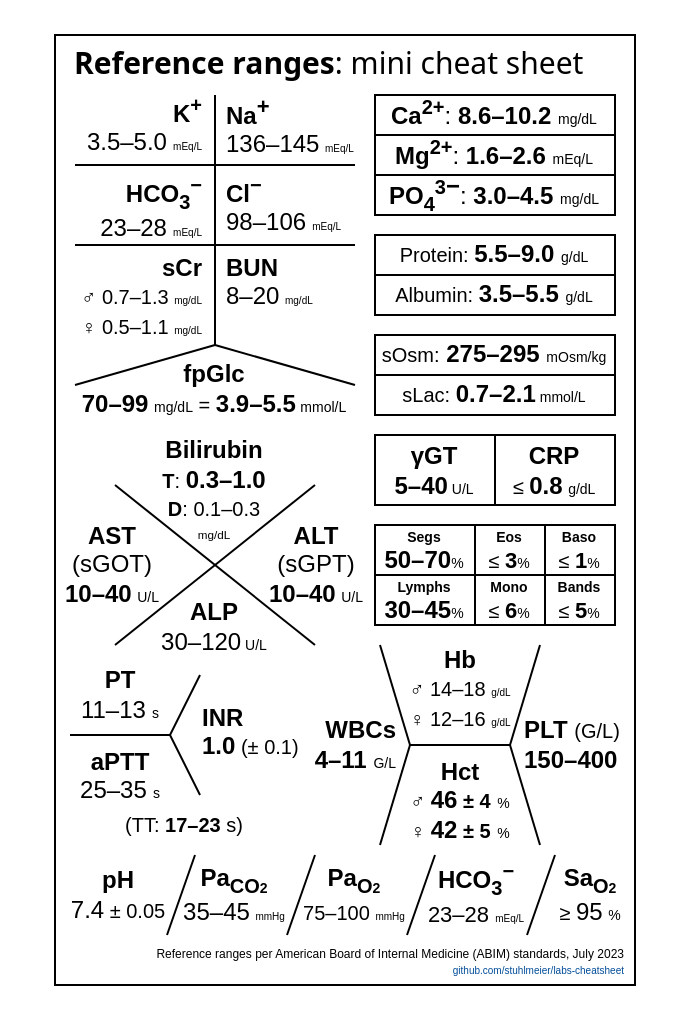
Earlier version of the draw.io diagram labs.drawio (svby/labs-cheatsheet). Source tidied: cells renumbered, new cells numbered last; positions are measured from the earlier drawing's top-left corner, leaving out a move shared by most shapes. Both pictures are drawn from the tidied source at 200%, with x=0, y=0 at pixel (34, 34).
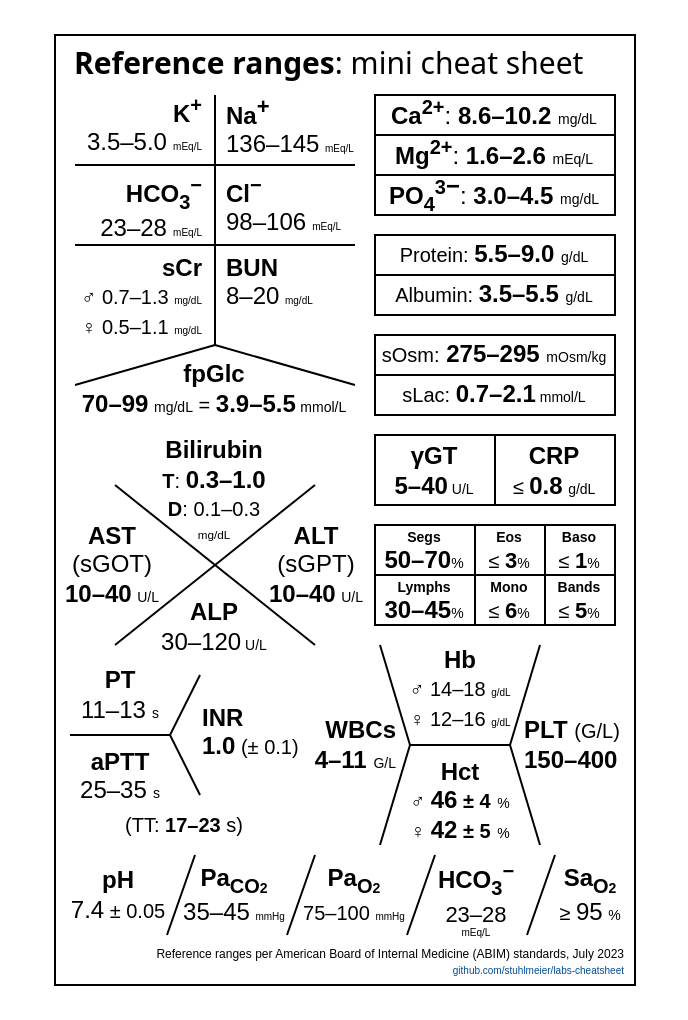
The same page after the edit.

Unchanged cells that the change refers to:
```xml
<mxCell id="50" style="group;" parent="1" vertex="1">
  <mxGeometry x="10" y="410" width="300" height="42" as="geometry" />
</mxCell>
```

Change to the diagram source:
```diff
@@
-    <mxCell id="53" value="&lt;b&gt;HCO&lt;sub&gt;3&lt;/sub&gt;&lt;/b&gt;&lt;b&gt;&lt;sup&gt;&lt;font style=&quot;font-size: 10px;&quot;&gt;−&lt;/font&gt;&lt;/sup&gt;&lt;/b&gt;&lt;br&gt;&lt;sup style=&quot;font-size: 11px;&quot;&gt;&lt;font style=&quot;font-size: 11px;&quot;&gt;23–28&lt;/font&gt;&amp;nbsp;&lt;/sup&gt;&lt;font style=&quot;vertical-align: super; font-size: 5px;&quot;&gt;mEq/L&lt;/font&gt;" style="text;html=1;strokeColor=none;fillColor=none;align=center;verticalAlign=middle;whiteSpace=wrap;rounded=0;spacingTop=0;spacingRight=0;spacing=2;rotation=0;spacingLeft=8;" parent="50" vertex="1">
+    <mxCell id="53" value="&lt;b&gt;HCO&lt;sub&gt;3&lt;/sub&gt;&lt;/b&gt;&lt;b&gt;&lt;sup&gt;&lt;font style=&quot;font-size: 10px;&quot;&gt;−&lt;/font&gt;&lt;/sup&gt;&lt;/b&gt;&lt;br&gt;&lt;sup style=&quot;font-size: 11px;&quot;&gt;&lt;font style=&quot;font-size: 11px;&quot;&gt;23–28&lt;/font&gt;&lt;/sup&gt;" style="text;html=1;strokeColor=none;fillColor=none;align=center;verticalAlign=middle;whiteSpace=wrap;rounded=0;spacingTop=0;spacingRight=0;spacing=2;rotation=0;spacingLeft=8;" parent="50" vertex="1">
       <mxGeometry x="177" y="2" width="60" height="40" as="geometry" />
     </mxCell>
@@
+    <mxCell id="73" value="&lt;p style=&quot;line-height: 100%; font-size: 5px;&quot;&gt;&lt;font style=&quot;font-size: 5px;&quot;&gt;mEq/L&lt;/font&gt;&lt;/p&gt;" style="text;html=1;strokeColor=none;fillColor=none;align=center;verticalAlign=bottom;whiteSpace=wrap;rounded=0;spacing=0;fontSize=5;spacingLeft=8;" parent="1" vertex="1">
+      <mxGeometry x="187" y="447" width="60" height="10" as="geometry" />
+    </mxCell>
```
